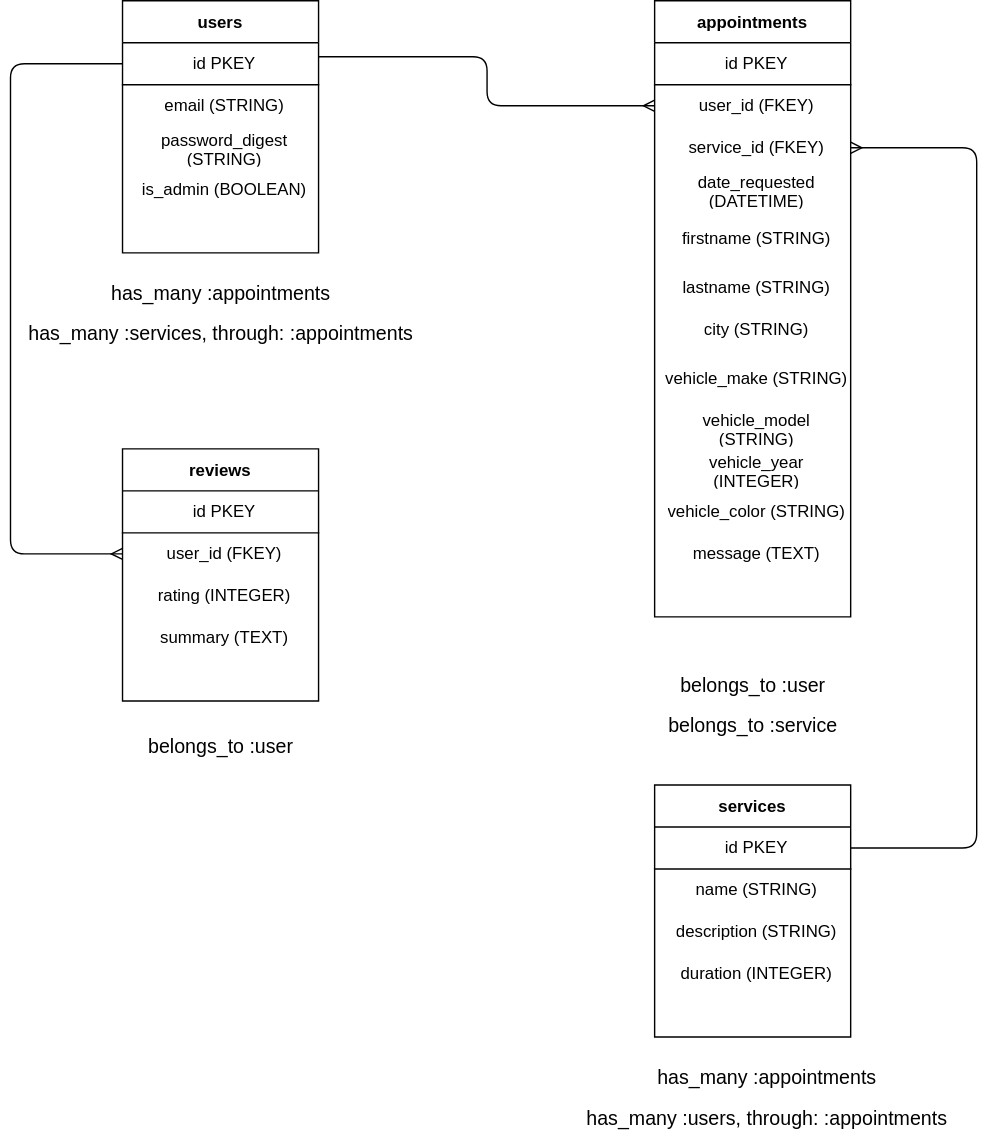
Before: burnies-garage.drawio.svg, a diagram exported from draw.io (Jblengino510/burnies-garage). Source tidied: cells renumbered, new cells last; positions are measured from the earlier drawing's top-left corner, leaving out a move shared by most shapes.
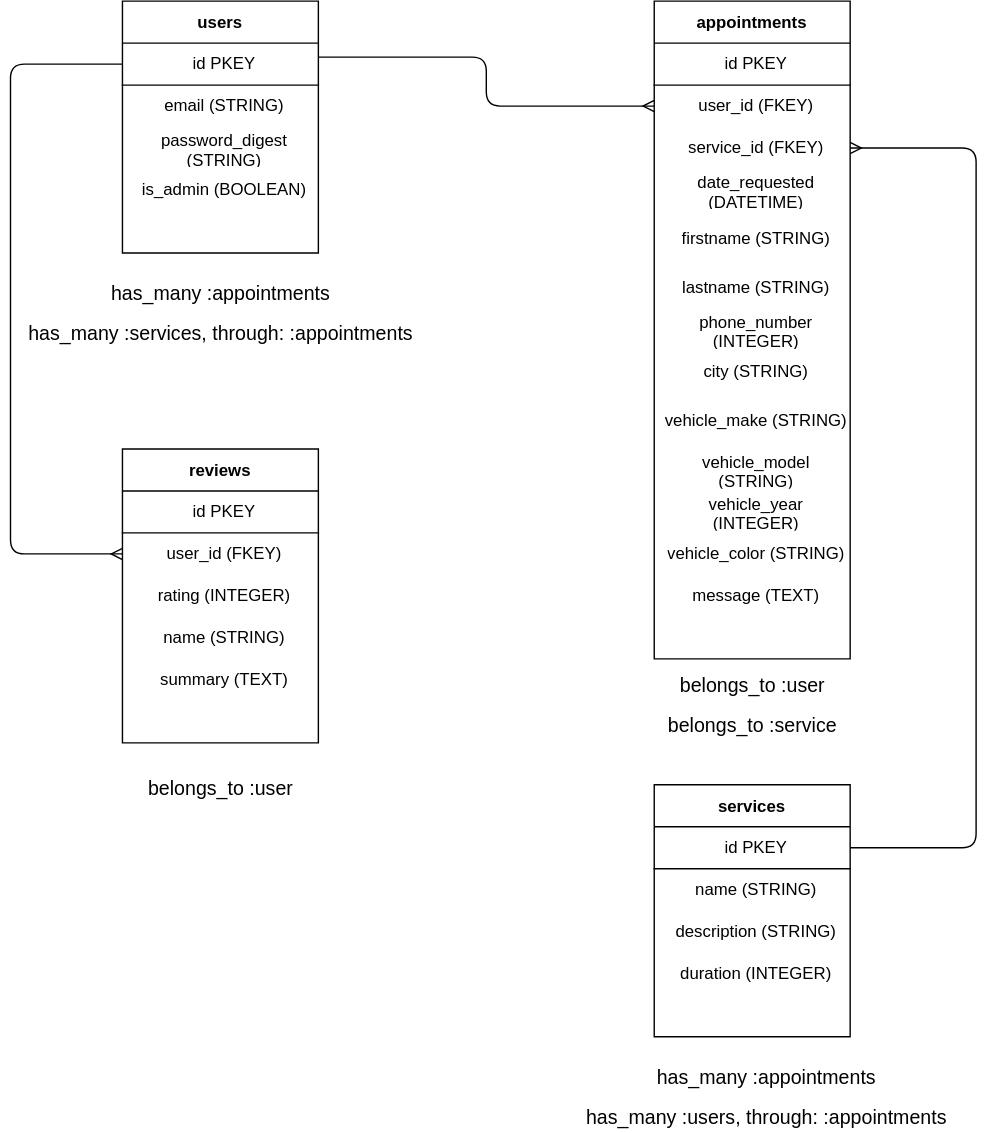
The same diagram one commit later.

What changed in the source:
```diff
@@ -30,7 +30,7 @@
       <mxGeometry width="140" height="30" as="geometry" />
     </mxCell>
     <mxCell id="11" value="appointments" style="shape=table;startSize=30;rowLines=0;fontStyle=1;align=center;" parent="1" vertex="1">
-      <mxGeometry x="460" width="140" height="440" as="geometry" />
+      <mxGeometry x="460" width="140" height="470" as="geometry" />
     </mxCell>
     <mxCell id="12" style="shape=partialRectangle;html=1;whiteSpace=wrap;fillColor=none;top=0;left=0;bottom=1;right=0;" parent="11" vertex="1">
       <mxGeometry y="30" width="140" height="30" as="geometry" />
@@ -68,38 +68,44 @@
     <mxCell id="23" value="lastname (STRING)" style="shape=partialRectangle;html=1;whiteSpace=wrap;fillColor=none;top=0;left=0;bottom=0;right=0;align=center;spacingLeft=6;overflow=hidden;" parent="22" vertex="1">
       <mxGeometry width="140" height="30" as="geometry" />
     </mxCell>
+    <mxCell id="61" style="shape=partialRectangle;html=1;whiteSpace=wrap;fillColor=none;top=0;left=0;bottom=0;right=0;" parent="11" vertex="1">
+      <mxGeometry y="220" width="140" height="30" as="geometry" />
+    </mxCell>
+    <mxCell id="62" value="phone_number (INTEGER)" style="shape=partialRectangle;html=1;whiteSpace=wrap;fillColor=none;top=0;left=0;bottom=0;right=0;align=center;spacingLeft=6;overflow=hidden;" parent="61" vertex="1">
+      <mxGeometry width="140" height="30" as="geometry" />
+    </mxCell>
     <mxCell id="24" style="shape=partialRectangle;html=1;whiteSpace=wrap;fillColor=none;top=0;left=0;bottom=0;right=0;" parent="11" vertex="1">
-      <mxGeometry y="220" width="140" height="30" as="geometry" />
+      <mxGeometry y="250" width="140" height="30" as="geometry" />
     </mxCell>
     <mxCell id="25" value="city (STRING)" style="shape=partialRectangle;html=1;whiteSpace=wrap;fillColor=none;top=0;left=0;bottom=0;right=0;align=center;spacingLeft=6;overflow=hidden;" parent="24" vertex="1">
       <mxGeometry width="140" height="30" as="geometry" />
     </mxCell>
     <mxCell id="26" style="shape=partialRectangle;html=1;whiteSpace=wrap;fillColor=none;top=0;left=0;bottom=0;right=0;" parent="11" vertex="1">
-      <mxGeometry y="250" width="140" height="40" as="geometry" />
+      <mxGeometry y="280" width="140" height="40" as="geometry" />
     </mxCell>
     <mxCell id="27" value="vehicle_make (STRING)" style="shape=partialRectangle;html=1;whiteSpace=wrap;fillColor=none;top=0;left=0;bottom=0;right=0;align=center;spacingLeft=6;overflow=hidden;" parent="26" vertex="1">
       <mxGeometry width="140" height="40" as="geometry" />
     </mxCell>
     <mxCell id="28" style="shape=partialRectangle;html=1;whiteSpace=wrap;fillColor=none;top=0;left=0;bottom=0;right=0;" parent="11" vertex="1">
-      <mxGeometry y="290" width="140" height="30" as="geometry" />
+      <mxGeometry y="320" width="140" height="30" as="geometry" />
     </mxCell>
     <mxCell id="29" value="vehicle_model (STRING)" style="shape=partialRectangle;html=1;whiteSpace=wrap;fillColor=none;top=0;left=0;bottom=0;right=0;align=center;spacingLeft=6;overflow=hidden;" parent="28" vertex="1">
       <mxGeometry width="140" height="30" as="geometry" />
     </mxCell>
     <mxCell id="30" style="shape=partialRectangle;html=1;whiteSpace=wrap;fillColor=none;top=0;left=0;bottom=0;right=0;" parent="11" vertex="1">
-      <mxGeometry y="320" width="140" height="30" as="geometry" />
+      <mxGeometry y="350" width="140" height="30" as="geometry" />
     </mxCell>
     <mxCell id="31" value="vehicle_year (INTEGER)" style="shape=partialRectangle;html=1;whiteSpace=wrap;fillColor=none;top=0;left=0;bottom=0;right=0;align=center;spacingLeft=6;overflow=hidden;" parent="30" vertex="1">
       <mxGeometry width="140" height="30" as="geometry" />
     </mxCell>
     <mxCell id="32" style="shape=partialRectangle;html=1;whiteSpace=wrap;fillColor=none;top=0;left=0;bottom=0;right=0;" parent="11" vertex="1">
-      <mxGeometry y="350" width="140" height="30" as="geometry" />
+      <mxGeometry y="380" width="140" height="30" as="geometry" />
     </mxCell>
     <mxCell id="33" value="vehicle_color (STRING)" style="shape=partialRectangle;html=1;whiteSpace=wrap;fillColor=none;top=0;left=0;bottom=0;right=0;align=center;spacingLeft=6;overflow=hidden;" parent="32" vertex="1">
       <mxGeometry width="140" height="30" as="geometry" />
     </mxCell>
     <mxCell id="34" style="shape=partialRectangle;html=1;whiteSpace=wrap;fillColor=none;top=0;left=0;bottom=0;right=0;" parent="11" vertex="1">
-      <mxGeometry y="380" width="140" height="30" as="geometry" />
+      <mxGeometry y="410" width="140" height="30" as="geometry" />
     </mxCell>
     <mxCell id="35" value="message (TEXT)" style="shape=partialRectangle;html=1;whiteSpace=wrap;fillColor=none;top=0;left=0;bottom=0;right=0;align=center;spacingLeft=6;overflow=hidden;" parent="34" vertex="1">
       <mxGeometry width="140" height="30" as="geometry" />
@@ -132,7 +138,7 @@
       <mxGeometry width="140" height="30" as="geometry" />
     </mxCell>
     <mxCell id="45" value="reviews" style="shape=table;startSize=30;rowLines=0;fontStyle=1;align=center;" parent="1" vertex="1">
-      <mxGeometry x="80" y="320" width="140" height="180" as="geometry" />
+      <mxGeometry x="80" y="320" width="140" height="210" as="geometry" />
     </mxCell>
     <mxCell id="46" style="shape=partialRectangle;html=1;whiteSpace=wrap;fillColor=none;top=0;left=0;bottom=1;right=0;" parent="45" vertex="1">
       <mxGeometry y="30" width="140" height="30" as="geometry" />
@@ -152,8 +158,14 @@
     <mxCell id="51" value="rating (INTEGER)" style="shape=partialRectangle;html=1;whiteSpace=wrap;fillColor=none;top=0;left=0;bottom=0;right=0;align=center;spacingLeft=6;overflow=hidden;" parent="50" vertex="1">
       <mxGeometry width="140" height="30" as="geometry" />
     </mxCell>
+    <mxCell id="63" style="shape=partialRectangle;html=1;whiteSpace=wrap;fillColor=none;top=0;left=0;bottom=0;right=0;" parent="45" vertex="1">
+      <mxGeometry y="120" width="140" height="30" as="geometry" />
+    </mxCell>
+    <mxCell id="64" value="name (STRING)" style="shape=partialRectangle;html=1;whiteSpace=wrap;fillColor=none;top=0;left=0;bottom=0;right=0;align=center;spacingLeft=6;overflow=hidden;" parent="63" vertex="1">
+      <mxGeometry width="140" height="30" as="geometry" />
+    </mxCell>
     <mxCell id="52" style="shape=partialRectangle;html=1;whiteSpace=wrap;fillColor=none;top=0;left=0;bottom=0;right=0;" parent="45" vertex="1">
-      <mxGeometry y="120" width="140" height="30" as="geometry" />
+      <mxGeometry y="150" width="140" height="30" as="geometry" />
     </mxCell>
     <mxCell id="53" value="summary (TEXT)" style="shape=partialRectangle;html=1;whiteSpace=wrap;fillColor=none;top=0;left=0;bottom=0;right=0;align=center;spacingLeft=6;overflow=hidden;" parent="52" vertex="1">
       <mxGeometry width="140" height="30" as="geometry" />
@@ -182,7 +194,7 @@
       </mxGeometry>
     </mxCell>
     <mxCell id="58" value="&lt;span style=&quot;font-size: 14px ; font-weight: 400&quot;&gt;belongs_to :user&lt;/span&gt;" style="text;strokeColor=none;fillColor=none;html=1;fontSize=24;fontStyle=1;verticalAlign=middle;align=center;" parent="1" vertex="1">
-      <mxGeometry x="100" y="510" width="100" height="40" as="geometry" />
+      <mxGeometry x="100" y="540" width="100" height="40" as="geometry" />
     </mxCell>
     <mxCell id="59" value="&lt;span style=&quot;font-size: 14px ; font-weight: 400&quot;&gt;belongs_to :user&lt;br&gt;belongs_to :service&lt;br&gt;&lt;/span&gt;" style="text;strokeColor=none;fillColor=none;html=1;fontSize=24;fontStyle=1;verticalAlign=middle;align=center;" parent="1" vertex="1">
       <mxGeometry x="480" y="480" width="100" height="40" as="geometry" />
```
